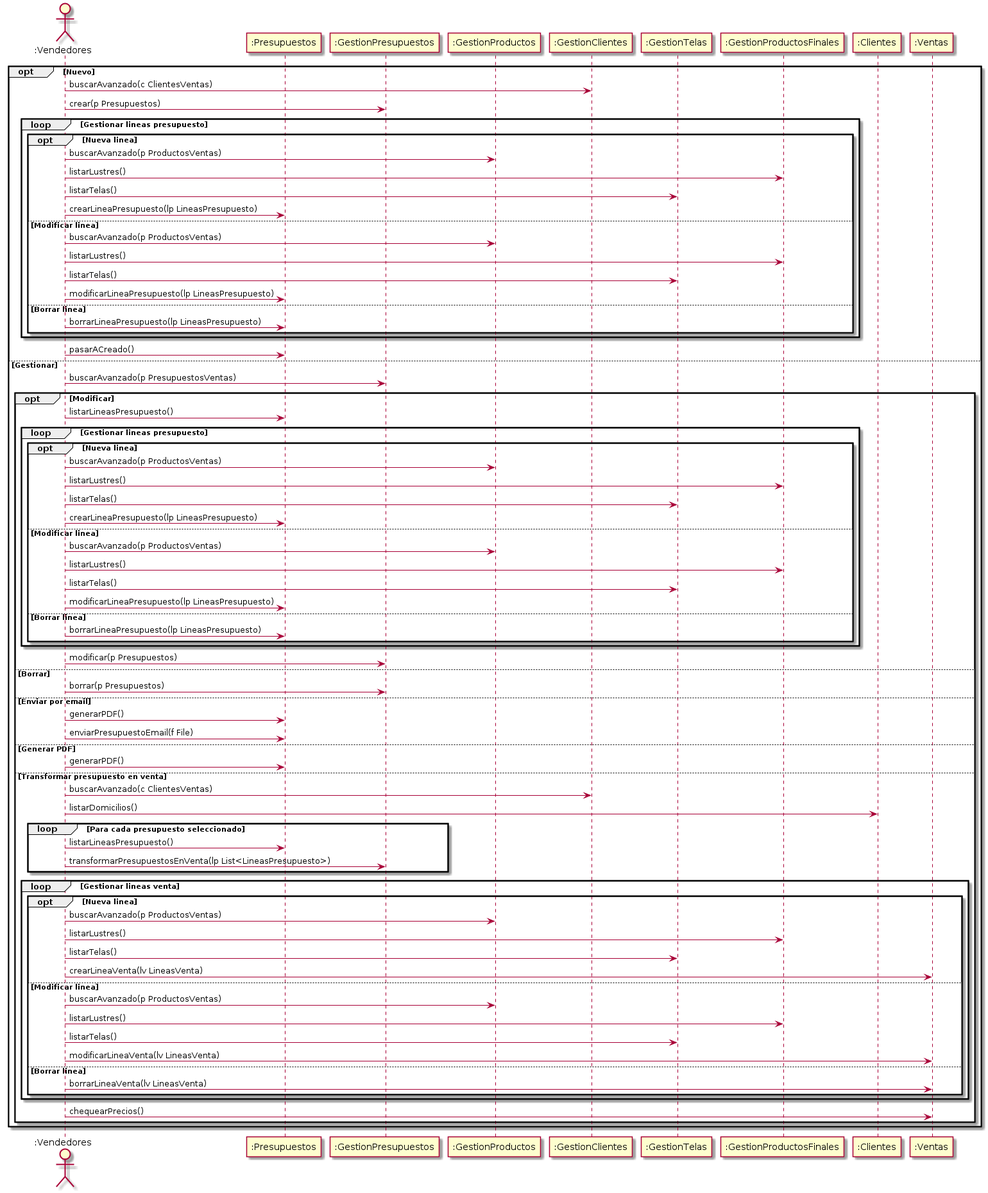
Above: Informe Final/Imagenes/DiagramasSecuencia/DiagramaDeSecuencia/GestionPresupuestos.png in ZMGestion/DocumentacionZMGestion (PlantUML), before the change.
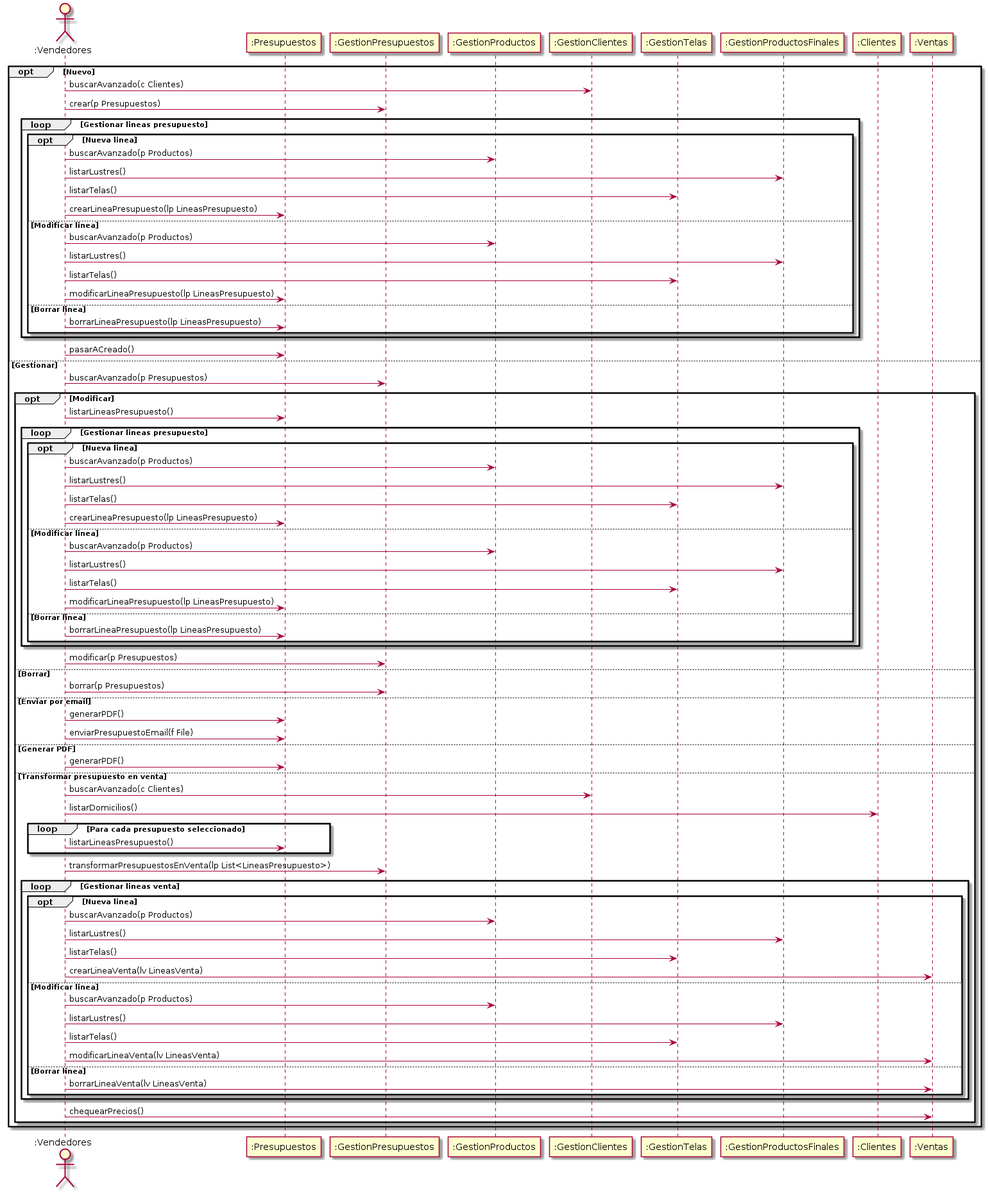
Later version of the same file.

The edit, as a diff of the source:
```diff
@@ -10,16 +10,16 @@
     participant ":Ventas" as Ventas
 
     opt Nuevo
-        Vendedores -> GestionClientes: buscarAvanzado(c ClientesVentas)
+        Vendedores -> GestionClientes: buscarAvanzado(c Clientes)
         Vendedores -> GestionPresupuestos: crear(p Presupuestos)
         loop Gestionar lineas presupuesto
             opt Nueva linea
-                Vendedores -> GestionProductos: buscarAvanzado(p ProductosVentas)
+                Vendedores -> GestionProductos: buscarAvanzado(p Productos)
                 Vendedores -> GestionProductosFinales: listarLustres()
                 Vendedores -> GestionTelas: listarTelas()
                 Vendedores -> Presupuestos: crearLineaPresupuesto(lp LineasPresupuesto)
             else Modificar linea
-                Vendedores -> GestionProductos: buscarAvanzado(p ProductosVentas)
+                Vendedores -> GestionProductos: buscarAvanzado(p Productos)
                 Vendedores -> GestionProductosFinales: listarLustres()
                 Vendedores -> GestionTelas: listarTelas()
                 Vendedores -> Presupuestos: modificarLineaPresupuesto(lp LineasPresupuesto)
@@ -29,17 +29,17 @@
         end
         Vendedores -> Presupuestos: pasarACreado()
     else Gestionar
-        Vendedores -> GestionPresupuestos: buscarAvanzado(p PresupuestosVentas)
+        Vendedores -> GestionPresupuestos: buscarAvanzado(p Presupuestos)
         opt Modificar
             Vendedores -> Presupuestos: listarLineasPresupuesto()
             loop Gestionar lineas presupuesto
                 opt Nueva linea
-                    Vendedores -> GestionProductos: buscarAvanzado(p ProductosVentas)
+                    Vendedores -> GestionProductos: buscarAvanzado(p Productos)
                     Vendedores -> GestionProductosFinales: listarLustres()
                     Vendedores -> GestionTelas: listarTelas()
                     Vendedores -> Presupuestos: crearLineaPresupuesto(lp LineasPresupuesto)
                 else Modificar linea
-                    Vendedores -> GestionProductos: buscarAvanzado(p ProductosVentas)
+                    Vendedores -> GestionProductos: buscarAvanzado(p Productos)
                     Vendedores -> GestionProductosFinales: listarLustres()
                     Vendedores -> GestionTelas: listarTelas()
                     Vendedores -> Presupuestos: modificarLineaPresupuesto(lp LineasPresupuesto)
@@ -56,20 +56,20 @@
         else Generar PDF
             Vendedores -> Presupuestos: generarPDF()
         else Transformar presupuesto en venta
-            Vendedores -> GestionClientes: buscarAvanzado(c ClientesVentas)
+            Vendedores -> GestionClientes: buscarAvanzado(c Clientes)
             Vendedores -> Clientes: listarDomicilios()
             loop Para cada presupuesto seleccionado
                 Vendedores -> Presupuestos: listarLineasPresupuesto()
-                Vendedores -> GestionPresupuestos: transformarPresupuestosEnVenta(lp List<LineasPresupuesto>)
             end
+            Vendedores -> GestionPresupuestos: transformarPresupuestosEnVenta(lp List<LineasPresupuesto>)
             loop Gestionar lineas venta
                 opt Nueva linea
-                    Vendedores -> GestionProductos: buscarAvanzado(p ProductosVentas)
+                    Vendedores -> GestionProductos: buscarAvanzado(p Productos)
                     Vendedores -> GestionProductosFinales: listarLustres()
                     Vendedores -> GestionTelas: listarTelas()
                     Vendedores -> Ventas: crearLineaVenta(lv LineasVenta)
                 else Modificar linea
-                    Vendedores -> GestionProductos: buscarAvanzado(p ProductosVentas)
+                    Vendedores -> GestionProductos: buscarAvanzado(p Productos)
                     Vendedores -> GestionProductosFinales: listarLustres()
                     Vendedores -> GestionTelas: listarTelas()
                     Vendedores -> Ventas: modificarLineaVenta(lv LineasVenta)
```
